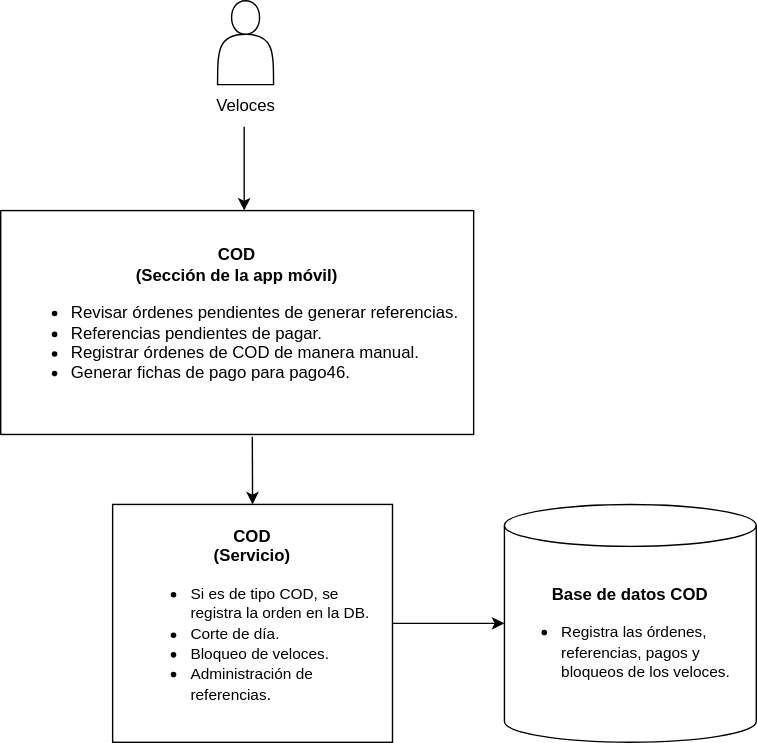
Before: Diagrama C1 COD.svg, a diagram exported from draw.io (dani99m/Diagramas). Source tidied: cells renumbered, new cells last; positions are measured from the earlier drawing's top-left corner, leaving out a move shared by most shapes.
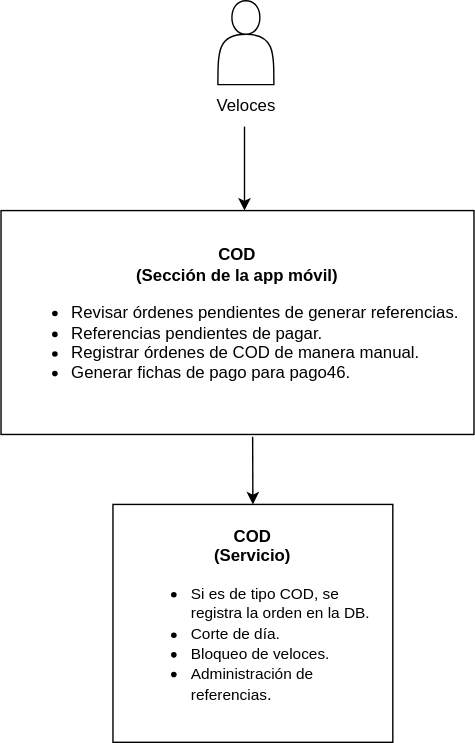
The same file after the commit.

The edit, as a diff of the source:
```diff
@@ -23,14 +23,8 @@
     <mxCell id="6" style="endArrow=classic;html=1;rounded=0;entryX=0.5;entryY=0;entryDx=0;entryDy=0;exitX=0.532;exitY=1.01;exitDx=0;exitDy=0;exitPerimeter=0;" parent="1" edge="1" source="5" target="8">
       <mxGeometry relative="1" as="geometry" />
     </mxCell>
-    <mxCell id="7" style="edgeStyle=orthogonalEdgeStyle;rounded=0;jettySize=auto;html=1;" parent="1" edge="1" source="8" target="9">
-      <mxGeometry relative="1" as="geometry" />
-    </mxCell>
     <mxCell id="8" value="&lt;b&gt;COD&lt;br&gt;(&lt;/b&gt;&lt;b&gt;Servicio&lt;/b&gt;&lt;b&gt;)&lt;br&gt;&lt;/b&gt;&lt;div style=&quot;text-align: left;&quot;&gt;&lt;ul&gt;&lt;li&gt;&lt;span style=&quot;background-color: initial;&quot;&gt;&lt;font style=&quot;font-size: 11px;&quot;&gt;Si es de tipo COD, se &lt;br&gt;registra la orden&amp;nbsp;en la DB.&lt;/font&gt;&lt;/span&gt;&lt;/li&gt;&lt;li&gt;&lt;span style=&quot;background-color: initial;&quot;&gt;&lt;font style=&quot;font-size: 11px;&quot;&gt;Corte de día.&lt;/font&gt;&lt;/span&gt;&lt;/li&gt;&lt;li&gt;&lt;span style=&quot;background-color: initial;&quot;&gt;&lt;font style=&quot;font-size: 11px;&quot;&gt;Bloqueo de veloces.&lt;/font&gt;&lt;/span&gt;&lt;/li&gt;&lt;li&gt;&lt;span style=&quot;background-color: initial;&quot;&gt;&lt;font style=&quot;font-size: 11px;&quot;&gt;Administración de &lt;br&gt;referencias&lt;/font&gt;&lt;/span&gt;.&lt;/li&gt;&lt;/ul&gt;&lt;/div&gt;" style="rounded=0;whiteSpace=wrap;html=1;" parent="1" vertex="1">
       <mxGeometry x="80" y="360" width="200" height="170" as="geometry" />
     </mxCell>
-    <mxCell id="9" value="&lt;b&gt;Base de datos COD&lt;/b&gt;&lt;br&gt;&lt;ul&gt;&lt;li style=&quot;text-align: left;&quot;&gt;&lt;font style=&quot;font-size: 11px;&quot;&gt;Registra las órdenes, referencias, pagos&lt;/font&gt;&lt;font style=&quot;font-size: 11px;&quot;&gt;&lt;font style=&quot;&quot;&gt;&amp;nbsp;&lt;/font&gt;y bloqueos de los veloces.&lt;/font&gt;&lt;/li&gt;&lt;/ul&gt;" style="shape=cylinder3;whiteSpace=wrap;html=1;boundedLbl=1;backgroundOutline=1;size=15;" parent="1" vertex="1">
-      <mxGeometry x="360" y="360" width="180" height="170" as="geometry" />
-    </mxCell>
   </root>
 </mxGraphModel>
```
